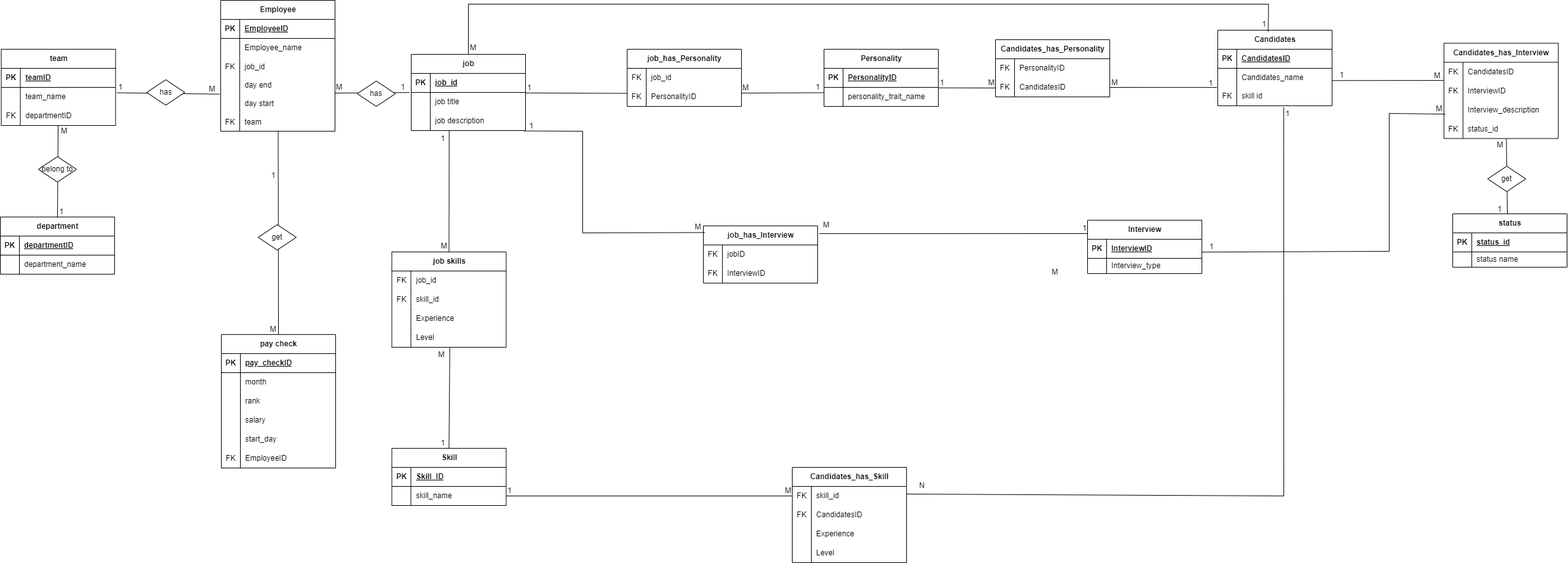
oran950/DataBase_ERD keeps this draw.io diagram as HRDiagram.drawio.png. Above is the earlier version. Source tidied: cells renumbered, new cells last; positions are measured from the earlier drawing's top-left corner, leaving out a move shared by most shapes.
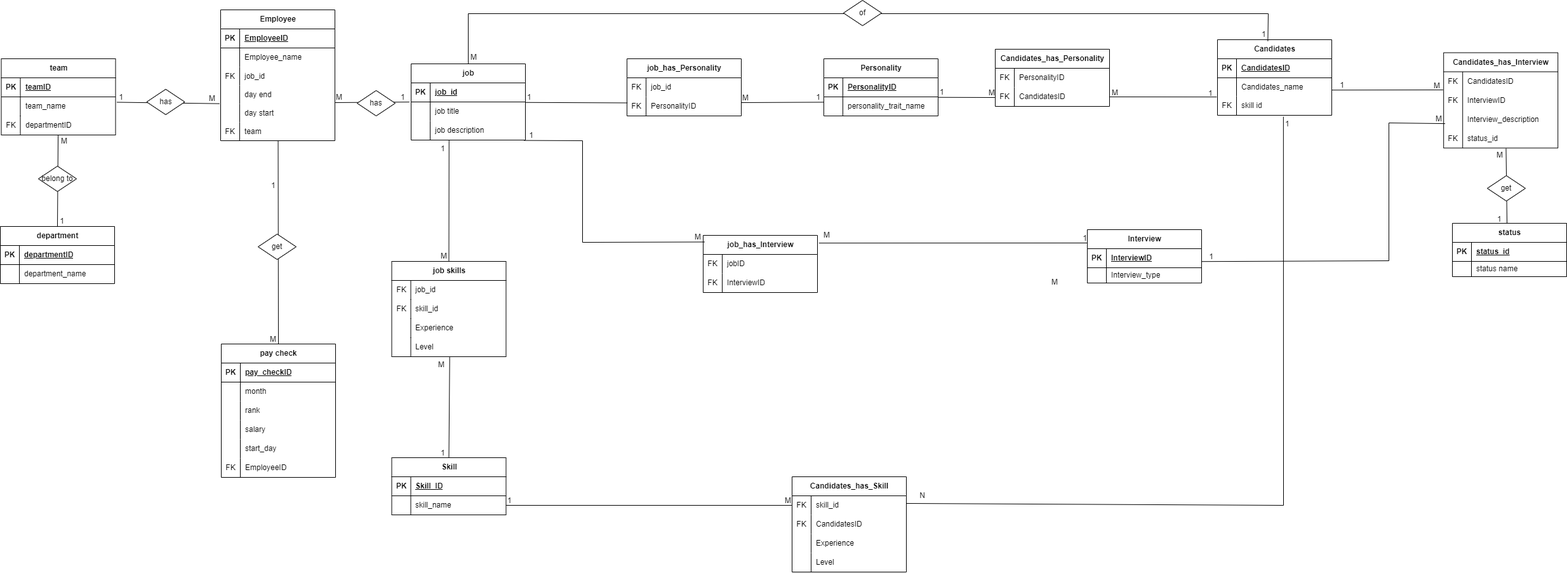
Later version of the same file.

The edit, as a diff of the source:
```diff
@@ -752,5 +752,8 @@
         <mxPoint x="14" y="-2" as="offset" />
       </mxGeometry>
     </mxCell>
+    <mxCell id="224" value="of" style="shape=rhombus;perimeter=rhombusPerimeter;whiteSpace=wrap;html=1;align=center;" parent="1" vertex="1">
+      <mxGeometry x="1328" y="-15" width="60" height="40" as="geometry" />
+    </mxCell>
   </root>
 </mxGraphModel>
```
